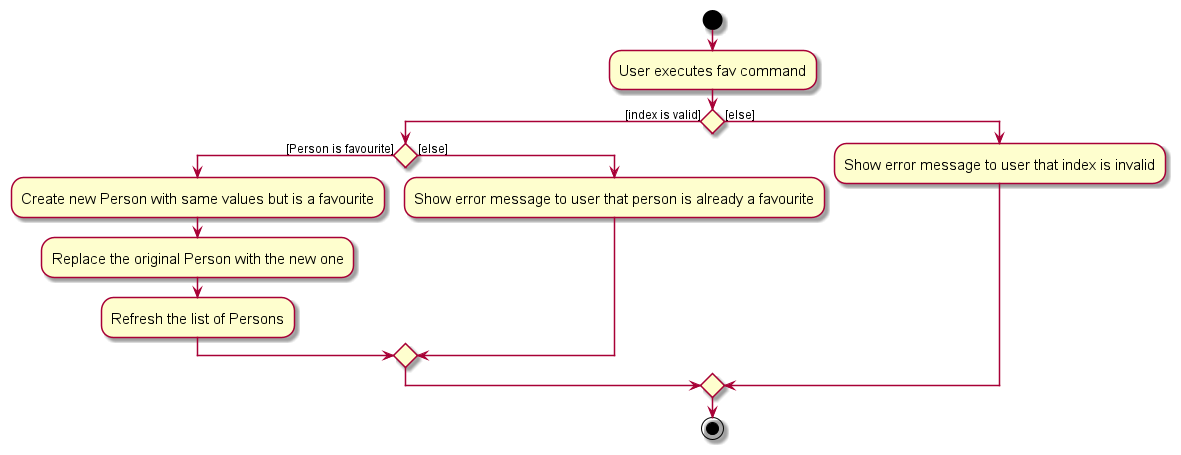
Earlier version of the PlantUML export docs/images/FavActivityDiagram.png (whitesnowx/tp). Its source is kept beside it as docs/diagrams/FavActivityDiagram.puml.
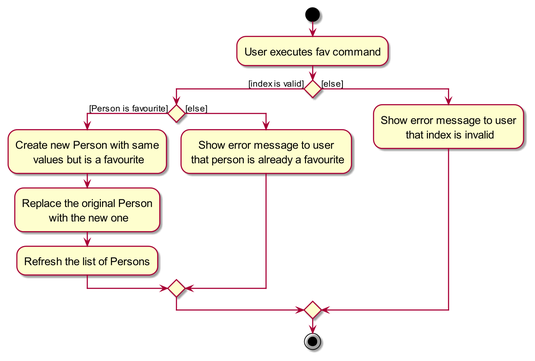
Above is the later version.

Commit message:
Modify `fav` and `unfav` activity diagrams

Diff of the diagram source:
```diff
@@ -2,20 +2,22 @@
 skin rose
 skinparam ActivityFontSize 15
 skinparam ArrowFontSize 12
+skinparam DefaultTextAlignment center
+
 start
 :User executes fav command;
 
 
 if () then ([index is valid])
     if () then ([Person is favourite])
-        :Create new Person with same values but is a favourite;
-        :Replace the original Person with the new one;
+        :Create new Person with same\n values but is a favourite;
+        :Replace the original Person\n with the new one;
         :Refresh the list of Persons;
     else ([else])
-        :Show error message to user that person is already a favourite;
+        :Show error message to user\n that person is already a favourite;
     endif
 else ([else])
-    :Show error message to user that index is invalid;
+    :Show error message to user\n that index is invalid;
 endif
 stop
 @enduml
```
